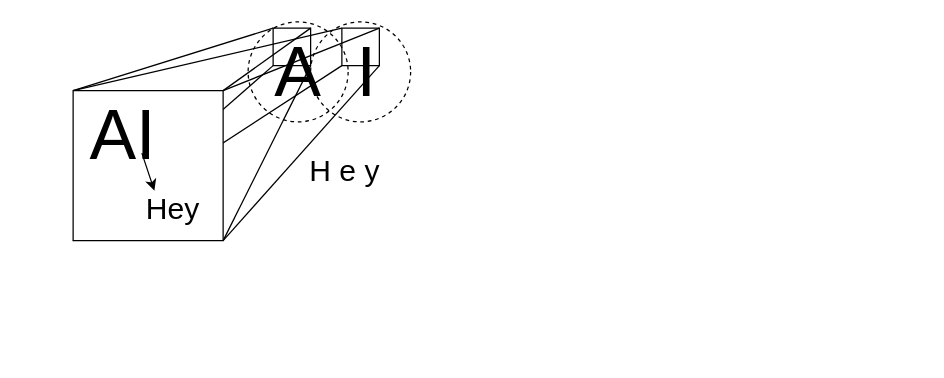
The draw.io diagram VisionSystem.drawio in djsamseng/BusinessPlan, before the edit. Source tidied: cells renumbered, new cells numbered last; positions are measured from the earlier drawing's top-left corner, leaving out a move shared by most shapes. Both pictures are drawn from the tidied source at 125%, with x=0, y=0 at pixel (72, 21).
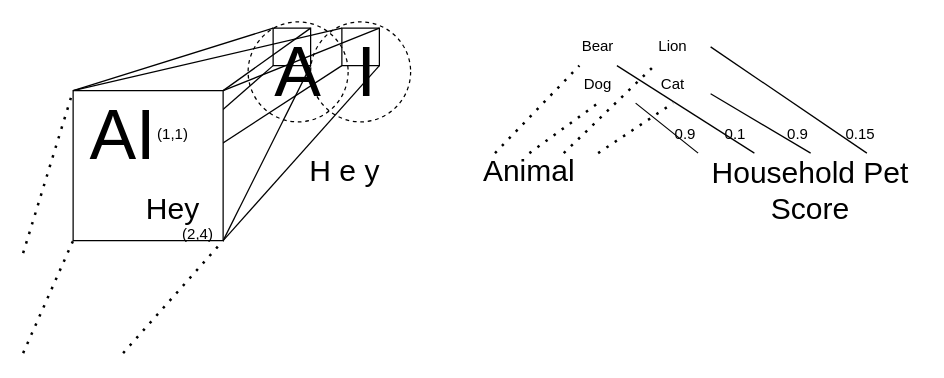
After the change.

Unchanged cells that the change refers to:
```xml
<mxCell id="10" style="whiteSpace=wrap;html=1;" parent="1" vertex="1">
  <mxGeometry y="55" width="120" height="120" as="geometry" />
</mxCell>
<mxCell id="17" value="&lt;font style=&quot;font-size: 56px;&quot;&gt;AI&lt;/font&gt;" style="text;html=1;strokeColor=none;fillColor=none;align=center;verticalAlign=middle;whiteSpace=wrap;rounded=0;strokeWidth=56;" parent="1" vertex="1">
  <mxGeometry x="10" y="75" width="60" height="30" as="geometry" />
</mxCell>
<mxCell id="19" value="&lt;font style=&quot;font-size: 24px;&quot;&gt;Hey&lt;/font&gt;" style="text;html=1;strokeColor=none;fillColor=none;align=center;verticalAlign=middle;whiteSpace=wrap;rounded=0;" parent="1" vertex="1">
  <mxGeometry x="50" y="135" width="60" height="30" as="geometry" />
</mxCell>
```

Change to the diagram source:
```diff
@@
-    <mxCell id="20" style="endArrow=classic;html=1;rounded=0;exitX=0.75;exitY=1;exitDx=0;exitDy=0;entryX=0.25;entryY=0;entryDx=0;entryDy=0;" parent="1" edge="1" source="17" target="19">
-      <mxGeometry relative="1" as="geometry" />
-    </mxCell>
+    <mxCell id="21" value="(1,1)" style="text;html=1;strokeColor=none;fillColor=none;align=center;verticalAlign=middle;whiteSpace=wrap;rounded=0;" parent="1" vertex="1">
+      <mxGeometry x="50" y="75" width="60" height="30" as="geometry" />
+    </mxCell>
+    <mxCell id="22" value="(2,4)" style="text;html=1;strokeColor=none;fillColor=none;align=center;verticalAlign=middle;whiteSpace=wrap;rounded=0;" parent="1" vertex="1">
+      <mxGeometry x="70" y="155" width="60" height="30" as="geometry" />
+    </mxCell>
+    <mxCell id="23" style="endArrow=none;dashed=1;html=1;dashPattern=1 3;strokeWidth=2;rounded=0;" parent="1" edge="1">
+      <mxGeometry relative="1" as="geometry">
+        <mxPoint x="-40" y="185" as="sourcePoint" />
+        <mxPoint y="55" as="targetPoint" />
+      </mxGeometry>
+    </mxCell>
+    <mxCell id="24" style="endArrow=none;dashed=1;html=1;dashPattern=1 3;strokeWidth=2;rounded=0;entryX=0;entryY=1;entryDx=0;entryDy=0;" parent="1" edge="1" target="10">
+      <mxGeometry relative="1" as="geometry">
+        <mxPoint x="-40" y="265" as="sourcePoint" />
+      </mxGeometry>
+    </mxCell>
+    <mxCell id="25" style="endArrow=none;dashed=1;html=1;dashPattern=1 3;strokeWidth=2;rounded=0;entryX=1;entryY=1;entryDx=0;entryDy=0;" parent="1" edge="1" target="10">
+      <mxGeometry relative="1" as="geometry">
+        <mxPoint x="40" y="265" as="sourcePoint" />
+      </mxGeometry>
+    </mxCell>
+    <mxCell id="26" value="Bear" style="text;html=1;strokeColor=none;fillColor=none;align=center;verticalAlign=middle;whiteSpace=wrap;rounded=0;" parent="1" vertex="1">
+      <mxGeometry x="390" y="5" width="60" height="30" as="geometry" />
+    </mxCell>
+    <mxCell id="27" value="Lion" style="text;html=1;strokeColor=none;fillColor=none;align=center;verticalAlign=middle;whiteSpace=wrap;rounded=0;" parent="1" vertex="1">
+      <mxGeometry x="450" y="5" width="60" height="30" as="geometry" />
+    </mxCell>
+    <mxCell id="28" value="Dog" style="text;html=1;strokeColor=none;fillColor=none;align=center;verticalAlign=middle;whiteSpace=wrap;rounded=0;" parent="1" vertex="1">
+      <mxGeometry x="390" y="35" width="60" height="30" as="geometry" />
+    </mxCell>
+    <mxCell id="29" value="Cat" style="text;html=1;strokeColor=none;fillColor=none;align=center;verticalAlign=middle;whiteSpace=wrap;rounded=0;" parent="1" vertex="1">
+      <mxGeometry x="450" y="35" width="60" height="30" as="geometry" />
+    </mxCell>
+    <mxCell id="30" value="&lt;font style=&quot;font-size: 24px;&quot;&gt;Animal&lt;/font&gt;" style="text;html=1;strokeColor=none;fillColor=none;align=center;verticalAlign=middle;whiteSpace=wrap;rounded=0;" parent="1" vertex="1">
+      <mxGeometry x="310" y="105" width="110" height="30" as="geometry" />
+    </mxCell>
+    <mxCell id="31" style="endArrow=none;dashed=1;html=1;dashPattern=1 3;strokeWidth=2;rounded=0;entryX=0.25;entryY=1;entryDx=0;entryDy=0;exitX=0.25;exitY=0;exitDx=0;exitDy=0;" parent="1" edge="1" source="30" target="26">
+      <mxGeometry relative="1" as="geometry" />
+    </mxCell>
+    <mxCell id="32" style="endArrow=none;dashed=1;html=1;dashPattern=1 3;strokeWidth=2;rounded=0;entryX=0.5;entryY=1;entryDx=0;entryDy=0;exitX=0.5;exitY=0;exitDx=0;exitDy=0;" parent="1" edge="1" source="30" target="28">
+      <mxGeometry relative="1" as="geometry" />
+    </mxCell>
+    <mxCell id="33" style="endArrow=none;dashed=1;html=1;dashPattern=1 3;strokeWidth=2;rounded=0;entryX=0.25;entryY=1;entryDx=0;entryDy=0;exitX=0.75;exitY=0;exitDx=0;exitDy=0;" parent="1" edge="1" source="30" target="27">
+      <mxGeometry relative="1" as="geometry" />
+    </mxCell>
+    <mxCell id="34" style="endArrow=none;dashed=1;html=1;dashPattern=1 3;strokeWidth=2;rounded=0;entryX=0.5;entryY=1;entryDx=0;entryDy=0;exitX=1;exitY=0;exitDx=0;exitDy=0;" parent="1" edge="1" source="30" target="29">
+      <mxGeometry relative="1" as="geometry" />
+    </mxCell>
+    <mxCell id="35" value="&lt;font style=&quot;font-size: 24px;&quot;&gt;Household Pet Score&lt;/font&gt;" style="text;html=1;strokeColor=none;fillColor=none;align=center;verticalAlign=middle;whiteSpace=wrap;rounded=0;" parent="1" vertex="1">
+      <mxGeometry x="500" y="105" width="180" height="60" as="geometry" />
+    </mxCell>
+    <mxCell id="36" style="endArrow=none;html=1;rounded=0;entryX=1;entryY=0.5;entryDx=0;entryDy=0;exitX=0.75;exitY=0;exitDx=0;exitDy=0;" parent="1" edge="1" source="35" target="27">
+      <mxGeometry relative="1" as="geometry" />
+    </mxCell>
+    <mxCell id="37" style="endArrow=none;html=1;rounded=0;entryX=0.75;entryY=1;entryDx=0;entryDy=0;exitX=0.25;exitY=0;exitDx=0;exitDy=0;" parent="1" edge="1" source="35" target="26">
+      <mxGeometry relative="1" as="geometry" />
+    </mxCell>
+    <mxCell id="38" style="endArrow=none;html=1;rounded=0;entryX=1;entryY=1;entryDx=0;entryDy=0;exitX=0;exitY=0;exitDx=0;exitDy=0;" parent="1" edge="1" source="35" target="28">
+      <mxGeometry relative="1" as="geometry" />
+    </mxCell>
+    <mxCell id="39" style="endArrow=none;html=1;rounded=0;entryX=1;entryY=0.75;entryDx=0;entryDy=0;exitX=0.5;exitY=0;exitDx=0;exitDy=0;" parent="1" edge="1" source="35" target="29">
+      <mxGeometry relative="1" as="geometry" />
+    </mxCell>
+    <mxCell id="40" value="0.1" style="text;html=1;strokeColor=none;fillColor=none;align=center;verticalAlign=middle;whiteSpace=wrap;rounded=0;" parent="1" vertex="1">
+      <mxGeometry x="500" y="75" width="60" height="30" as="geometry" />
+    </mxCell>
+    <mxCell id="41" value="0.9" style="text;html=1;strokeColor=none;fillColor=none;align=center;verticalAlign=middle;whiteSpace=wrap;rounded=0;" parent="1" vertex="1">
+      <mxGeometry x="460" y="75" width="60" height="30" as="geometry" />
+    </mxCell>
+    <mxCell id="42" value="0.9" style="text;html=1;strokeColor=none;fillColor=none;align=center;verticalAlign=middle;whiteSpace=wrap;rounded=0;" parent="1" vertex="1">
+      <mxGeometry x="550" y="75" width="60" height="30" as="geometry" />
+    </mxCell>
+    <mxCell id="43" value="0.15" style="text;html=1;strokeColor=none;fillColor=none;align=center;verticalAlign=middle;whiteSpace=wrap;rounded=0;" parent="1" vertex="1">
+      <mxGeometry x="600" y="75" width="60" height="30" as="geometry" />
+    </mxCell>
```
